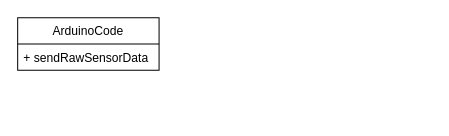
Above: Architecture.drawio in Uhgtred/OpenGreenHouse (draw.io), before the change. Source tidied: cells renumbered, new cells numbered last; positions are measured from the earlier drawing's top-left corner, leaving out a move shared by most shapes. Both pictures are drawn from the tidied source at 101%, with x=0, y=0 at pixel (17, 17).
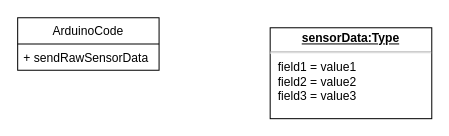
The same page after the edit.

Change to the diagram source:
```diff
@@
 <mxGraphModel>
   <root>
     <mxCell id="0" />
     <mxCell id="1" parent="0" />
     <mxCell id="2" value="ArduinoCode" style="swimlane;fontStyle=0;horizontal=1;startSize=26;fillColor=none;" parent="1" vertex="1">
       <mxGeometry width="140" height="52" as="geometry" />
     </mxCell>
     <mxCell id="3" value="+ sendRawSensorData " style="text;strokeColor=none;fillColor=none;align=left;verticalAlign=top;spacingLeft=4;spacingRight=4;overflow=hidden;" parent="2" vertex="1">
       <mxGeometry y="26" width="140" height="26" as="geometry" />
     </mxCell>
+    <mxCell id="4" value="&lt;p style=&quot;margin:0px;margin-top:4px;text-align:center;text-decoration:underline;&quot;&gt;&lt;b&gt;sensorData:Type&lt;/b&gt;&lt;/p&gt;&lt;hr&gt;&lt;p style=&quot;margin:0px;margin-left:8px;&quot;&gt;field1 = value1&lt;br&gt;field2 = value2&lt;br&gt;field3 = value3&lt;/p&gt;" style="verticalAlign=top;align=left;overflow=fill;fontSize=12;fontFamily=Helvetica;html=1;" parent="1" vertex="1">
+      <mxGeometry x="250" y="10" width="160" height="90" as="geometry" />
+    </mxCell>
   </root>
 </mxGraphModel>
```
